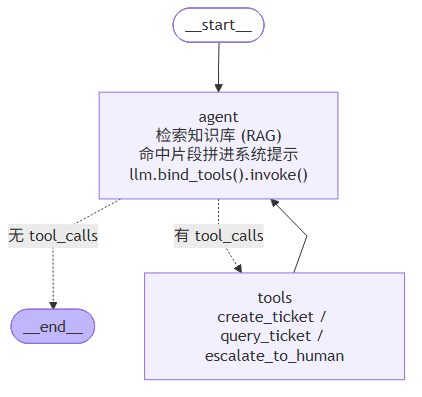
Above: docs/graph.png in II777II/qa-ticket-agent (Mermaid), before the change. Its source is kept beside it as docs/graph.mmd.
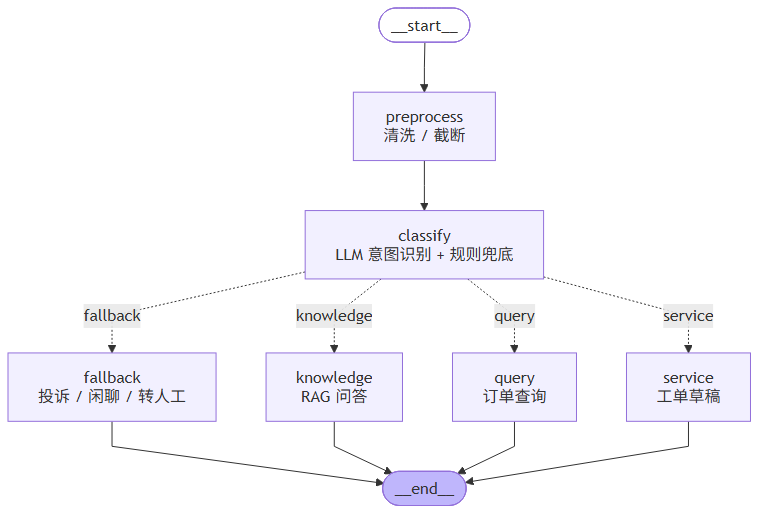
The same file after the commit.

The edit, as a diff of the source:
```diff
@@ -5,13 +5,23 @@
 ---
 graph TD;
 	__start__([<p>__start__</p>]):::first
-	agent["agent<br/>检索知识库 (RAG)<br/>命中片段拼进系统提示<br/>llm.bind_tools().invoke()"]
-	tools["tools<br/>create_ticket / query_ticket / escalate_to_human"]
+	preprocess["preprocess<br/>清洗 / 截断"]
+	classify["classify<br/>LLM 意图识别 + 规则兜底"]
+	knowledge["knowledge<br/>RAG 问答"]
+	query["query<br/>订单查询"]
+	service["service<br/>工单草稿"]
+	fallback["fallback<br/>投诉 / 闲聊 / 转人工"]
 	__end__([<p>__end__</p>]):::last
-	__start__ --> agent;
-	agent -.->|无 tool_calls| __end__;
-	agent -.->|有 tool_calls| tools;
-	tools --> agent;
+	__start__ --> preprocess;
+	classify -.->|fallback| fallback;
+	classify -.->|knowledge| knowledge;
+	classify -.->|query| query;
+	classify -.->|service| service;
+	preprocess --> classify;
+	fallback --> __end__;
+	knowledge --> __end__;
+	query --> __end__;
+	service --> __end__;
 	classDef default fill:#f2f0ff,line-height:1.2
 	classDef first fill-opacity:0
 	classDef last fill:#bfb6fc
```
